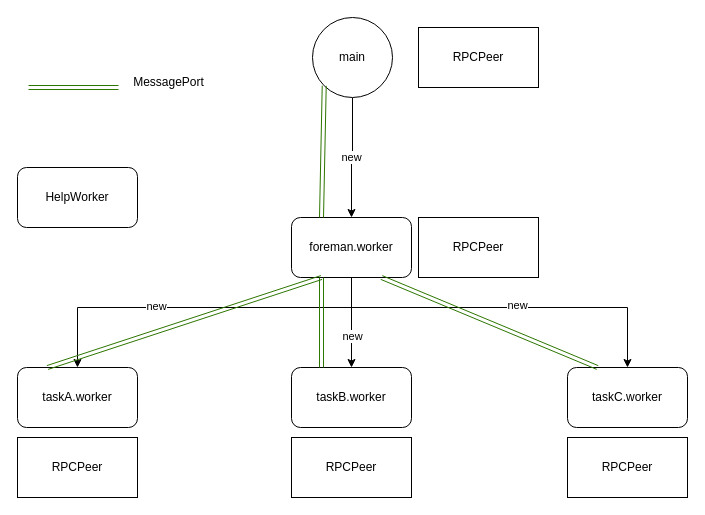
The draw.io diagram page "创建结构" (1 of 2) of examples/example.drawio in ApowoGames/webworker-rpc, before the edit. Source tidied: cells renumbered, new cells numbered last; positions are measured from the earlier drawing's top-left corner, leaving out a move shared by most shapes. Both pictures are drawn from the tidied source at 100%, with x=0, y=0 at pixel (17, 17).
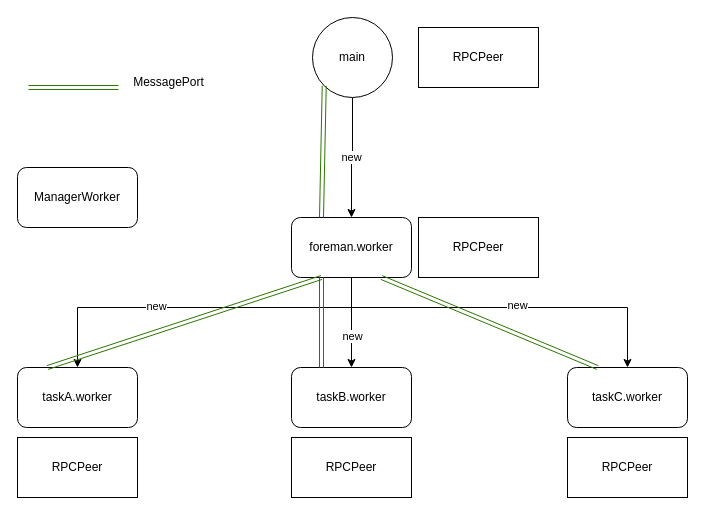
Above is the later version.

Commit message (it also covers changes not shown here):
HelperWorker 重命名为 ManagerWorker

Diff of the diagram source:
```diff
@@
-    <mxCell id="25" value="HelpWorker" style="rounded=1;whiteSpace=wrap;html=1;" parent="1" vertex="1">
+    <mxCell id="25" value="ManagerWorker" style="rounded=1;whiteSpace=wrap;html=1;" parent="1" vertex="1">
       <mxGeometry y="150" width="120" height="60" as="geometry" />
     </mxCell>
```
